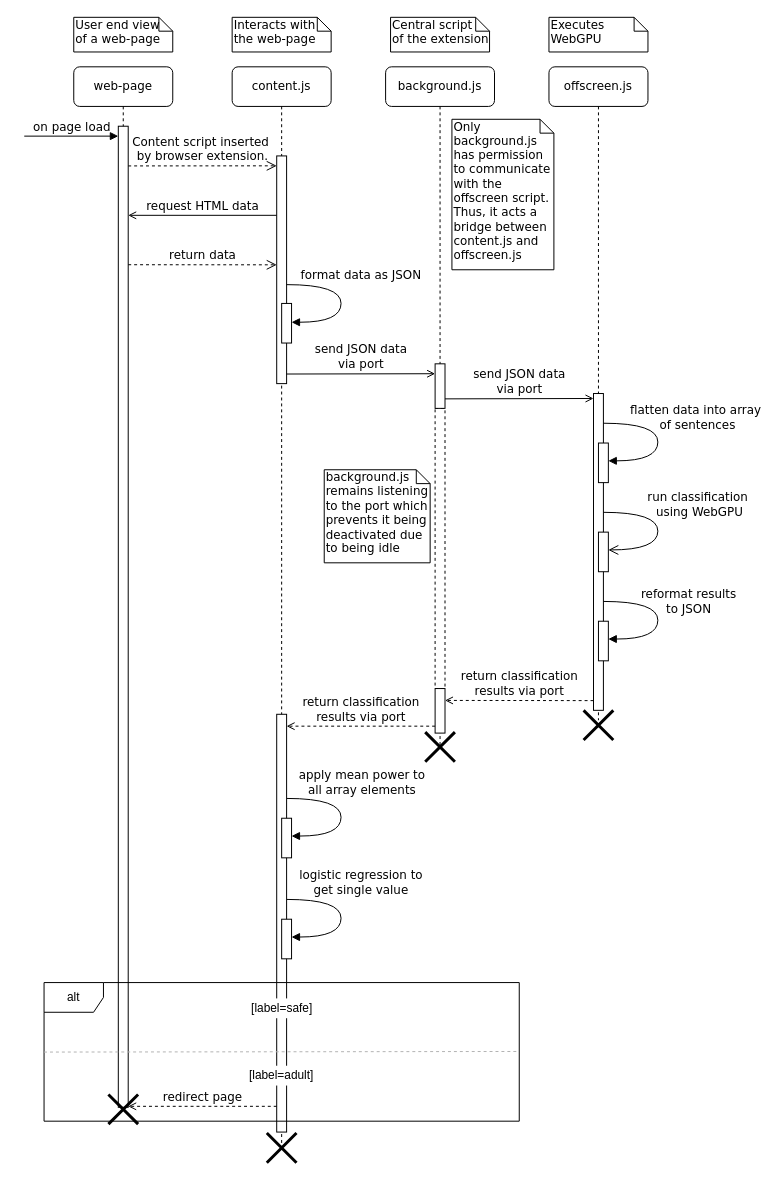
The draw.io diagram diagrams/PyroBlockerSequence.drawio in 3cho11/PyroBlocker, before the edit. Source tidied: cells renumbered, new cells numbered last; positions are measured from the earlier drawing's top-left corner, leaving out a move shared by most shapes. Both pictures are drawn from the tidied source at 99%, with x=0, y=0 at pixel (24, 17).
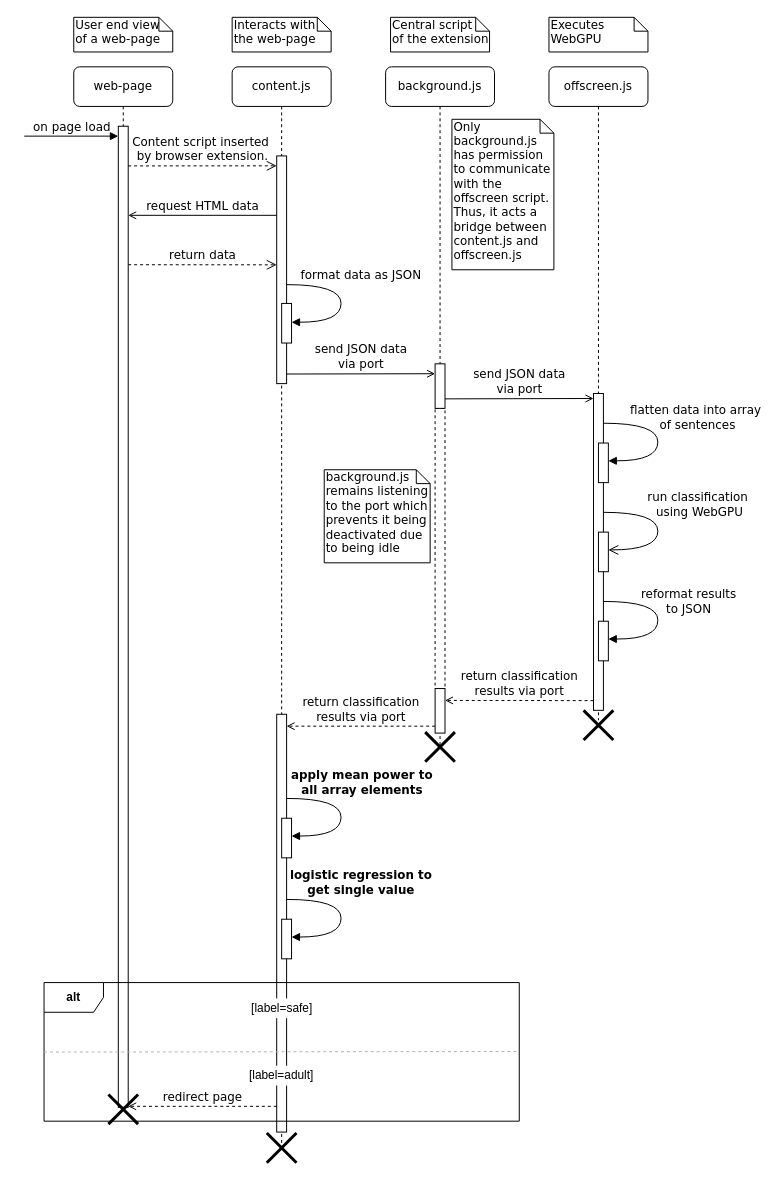
After the change.

The change refers to these unchanged cells:
```xml
<mxCell id="19" value="content.js" style="shape=umlLifeline;perimeter=lifelinePerimeter;whiteSpace=wrap;html=1;rounded=1;shadow=0;comic=0;labelBackgroundColor=none;strokeWidth=1;fontFamily=Verdana;fontSize=12;align=center;" parent="1" vertex="1">
  <mxGeometry x="210" y="50" width="100" height="1092" as="geometry" />
</mxCell>
```

The edit, as a diff of the source:
```diff
@@
-    <mxCell id="25" value="apply mean power to&lt;br&gt;all array elements" style="html=1;verticalAlign=bottom;endArrow=block;labelBackgroundColor=none;fontFamily=Verdana;fontSize=12;elbow=vertical;edgeStyle=orthogonalEdgeStyle;curved=1;entryX=1;entryY=0.286;entryPerimeter=0;exitX=1.038;exitY=0.345;exitPerimeter=0;" parent="19" edge="1">
+    <mxCell id="25" value="&lt;b&gt;apply mean power to&lt;br&gt;all array elements&lt;/b&gt;" style="html=1;verticalAlign=bottom;endArrow=block;labelBackgroundColor=none;fontFamily=Verdana;fontSize=12;elbow=vertical;edgeStyle=orthogonalEdgeStyle;curved=1;entryX=1;entryY=0.286;entryPerimeter=0;exitX=1.038;exitY=0.345;exitPerimeter=0;" parent="19" edge="1">
       <mxGeometry x="-0.22" y="21" relative="1" as="geometry">
         <mxPoint x="55" y="739" as="sourcePoint" />
         <mxPoint x="60" y="777" as="targetPoint" />
         <Array as="points">
           <mxPoint x="110" y="739" />
           <mxPoint x="110" y="777" />
         </Array>
       </mxGeometry>
     </mxCell>
-    <mxCell id="26" value="logistic regression to &lt;br&gt;get single value" style="html=1;verticalAlign=bottom;endArrow=block;labelBackgroundColor=none;fontFamily=Verdana;fontSize=12;elbow=vertical;edgeStyle=orthogonalEdgeStyle;curved=1;entryX=1;entryY=0.286;entryPerimeter=0;exitX=1.038;exitY=0.345;exitPerimeter=0;" parent="19" edge="1">
+    <mxCell id="26" value="&lt;b&gt;logistic regression to &lt;br&gt;get single value&lt;/b&gt;" style="html=1;verticalAlign=bottom;endArrow=block;labelBackgroundColor=none;fontFamily=Verdana;fontSize=12;elbow=vertical;edgeStyle=orthogonalEdgeStyle;curved=1;entryX=1;entryY=0.286;entryPerimeter=0;exitX=1.038;exitY=0.345;exitPerimeter=0;" parent="19" edge="1">
       <mxGeometry x="-0.23" y="20" relative="1" as="geometry">
         <mxPoint x="55" y="841" as="sourcePoint" />
         <mxPoint x="60" y="879" as="targetPoint" />
         <Array as="points">
           <mxPoint x="110" y="841" />
           <mxPoint x="110" y="879" />
         </Array>
       </mxGeometry>
     </mxCell>
@@
-    <mxCell id="39" value="alt" style="shape=umlFrame;whiteSpace=wrap;html=1;" parent="1" vertex="1">
+    <mxCell id="39" value="alt" style="shape=umlFrame;whiteSpace=wrap;html=1;fontStyle=1;" parent="1" vertex="1">
       <mxGeometry x="20" y="975" width="480" height="140" as="geometry" />
     </mxCell>
```
